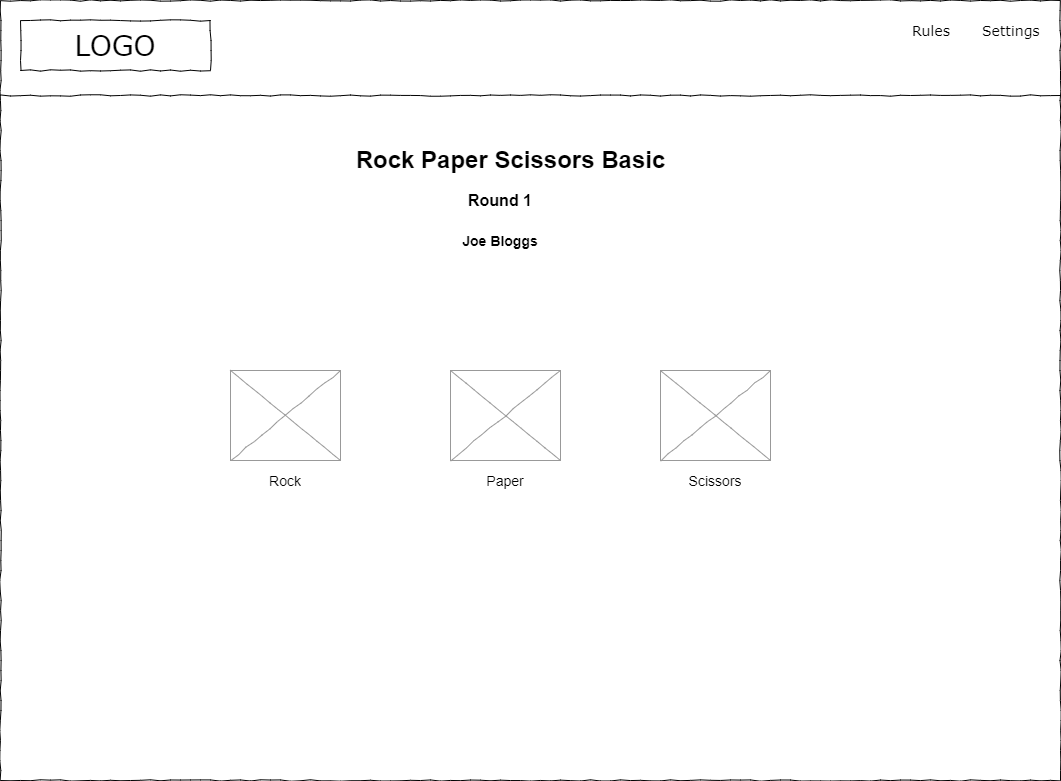
The draw.io diagram design/img/rps-xtreme-game-play-basic-large.drawio.png in ibuttimer/rock-paper-scissors-xtreme, before a commit. Source tidied: cells renumbered, new cells last; positions are measured from the earlier drawing's top-left corner, leaving out a move shared by most shapes. Source of this version:
```xml
<mxGraphModel>
  <root>
    <mxCell id="0" />
    <mxCell id="1" parent="0" />
    <mxCell id="2" style="whiteSpace=wrap;html=1;rounded=0;shadow=0;labelBackgroundColor=none;strokeColor=#000000;strokeWidth=1;fillColor=none;fontFamily=Verdana;fontSize=12;fontColor=#000000;align=center;comic=1;" parent="1" vertex="1">
      <mxGeometry width="1060" height="780" as="geometry" />
    </mxCell>
    <mxCell id="3" value="LOGO" style="whiteSpace=wrap;html=1;rounded=0;shadow=0;labelBackgroundColor=none;strokeWidth=1;fontFamily=Verdana;fontSize=28;align=center;comic=1;" parent="1" vertex="1">
      <mxGeometry x="20" y="20" width="190" height="50" as="geometry" />
    </mxCell>
    <mxCell id="4" value="Rules" style="text;html=1;align=left;verticalAlign=top;spacingTop=-4;fontSize=14;fontFamily=Verdana;" parent="1" vertex="1">
      <mxGeometry x="910" y="20" width="60" height="20" as="geometry" />
    </mxCell>
    <mxCell id="5" value="Settings" style="text;html=1;align=left;verticalAlign=top;spacingTop=-4;fontSize=14;fontFamily=Verdana;" parent="1" vertex="1">
      <mxGeometry x="980" y="20" width="60" height="20" as="geometry" />
    </mxCell>
    <mxCell id="6" style="line;strokeWidth=1;html=1;rounded=0;shadow=0;labelBackgroundColor=none;fillColor=none;fontFamily=Verdana;fontSize=14;fontColor=#000000;align=center;comic=1;" parent="1" vertex="1">
      <mxGeometry y="90" width="1060" height="10" as="geometry" />
    </mxCell>
    <mxCell id="7" value="Rock Paper Scissors Basic" style="text;strokeColor=none;fillColor=none;html=1;fontSize=24;fontStyle=1;verticalAlign=middle;align=center;" parent="1" vertex="1">
      <mxGeometry x="460" y="140" width="100" height="40" as="geometry" />
    </mxCell>
    <object id="8" label="&lt;b style=&quot;&quot;&gt;&lt;font style=&quot;font-size: 16px;&quot;&gt;Round 1&lt;/font&gt;&lt;/b&gt;" name="Variable" placeholders="1">
      <mxCell style="text;html=1;strokeColor=none;fillColor=none;align=center;verticalAlign=middle;whiteSpace=wrap;overflow=hidden;" parent="1" vertex="1">
        <mxGeometry x="420" y="180" width="160" height="40" as="geometry" />
      </mxCell>
    </object>
    <mxCell id="9" style="verticalLabelPosition=bottom;shadow=0;dashed=0;align=center;html=1;verticalAlign=top;strokeWidth=1;shape=mxgraph.mockup.graphics.simpleIcon;strokeColor=#999999;rounded=0;labelBackgroundColor=none;fontFamily=Verdana;fontSize=14;fontColor=#000000;comic=1;" parent="1" vertex="1">
      <mxGeometry x="230" y="370" width="110" height="90" as="geometry" />
    </mxCell>
    <object id="10" label="&lt;font style=&quot;font-size: 14px;&quot;&gt;Rock&lt;/font&gt;" name="Variable" placeholders="1">
      <mxCell style="text;html=1;strokeColor=none;fillColor=none;align=center;verticalAlign=middle;whiteSpace=wrap;overflow=hidden;" parent="1" vertex="1">
        <mxGeometry x="245" y="470" width="80" height="20" as="geometry" />
      </mxCell>
    </object>
    <mxCell id="11" style="verticalLabelPosition=bottom;shadow=0;dashed=0;align=center;html=1;verticalAlign=top;strokeWidth=1;shape=mxgraph.mockup.graphics.simpleIcon;strokeColor=#999999;rounded=0;labelBackgroundColor=none;fontFamily=Verdana;fontSize=14;fontColor=#000000;comic=1;" parent="1" vertex="1">
      <mxGeometry x="450" y="370" width="110" height="90" as="geometry" />
    </mxCell>
    <object id="12" label="&lt;font style=&quot;font-size: 14px;&quot;&gt;Paper&lt;/font&gt;" name="Variable" placeholders="1">
      <mxCell style="text;html=1;strokeColor=none;fillColor=none;align=center;verticalAlign=middle;whiteSpace=wrap;overflow=hidden;" parent="1" vertex="1">
        <mxGeometry x="465" y="470" width="80" height="20" as="geometry" />
      </mxCell>
    </object>
    <mxCell id="13" style="verticalLabelPosition=bottom;shadow=0;dashed=0;align=center;html=1;verticalAlign=top;strokeWidth=1;shape=mxgraph.mockup.graphics.simpleIcon;strokeColor=#999999;rounded=0;labelBackgroundColor=none;fontFamily=Verdana;fontSize=14;fontColor=#000000;comic=1;" parent="1" vertex="1">
      <mxGeometry x="660" y="370" width="110" height="90" as="geometry" />
    </mxCell>
    <object id="14" label="&lt;font style=&quot;font-size: 14px;&quot;&gt;Scissors&lt;/font&gt;" name="Variable" placeholders="1">
      <mxCell style="text;html=1;strokeColor=none;fillColor=none;align=center;verticalAlign=middle;whiteSpace=wrap;overflow=hidden;" parent="1" vertex="1">
        <mxGeometry x="675" y="470" width="80" height="20" as="geometry" />
      </mxCell>
    </object>
    <object id="15" label="&lt;span style=&quot;font-size: 16px;&quot;&gt;&lt;b style=&quot;font-size: 14px;&quot;&gt;Joe Bloggs&lt;/b&gt;&lt;/span&gt;" name="Variable" placeholders="1">
      <mxCell style="text;html=1;strokeColor=none;fillColor=none;align=center;verticalAlign=middle;whiteSpace=wrap;overflow=hidden;" parent="1" vertex="1">
        <mxGeometry x="420" y="220" width="160" height="40" as="geometry" />
      </mxCell>
    </object>
  </root>
</mxGraphModel>
```
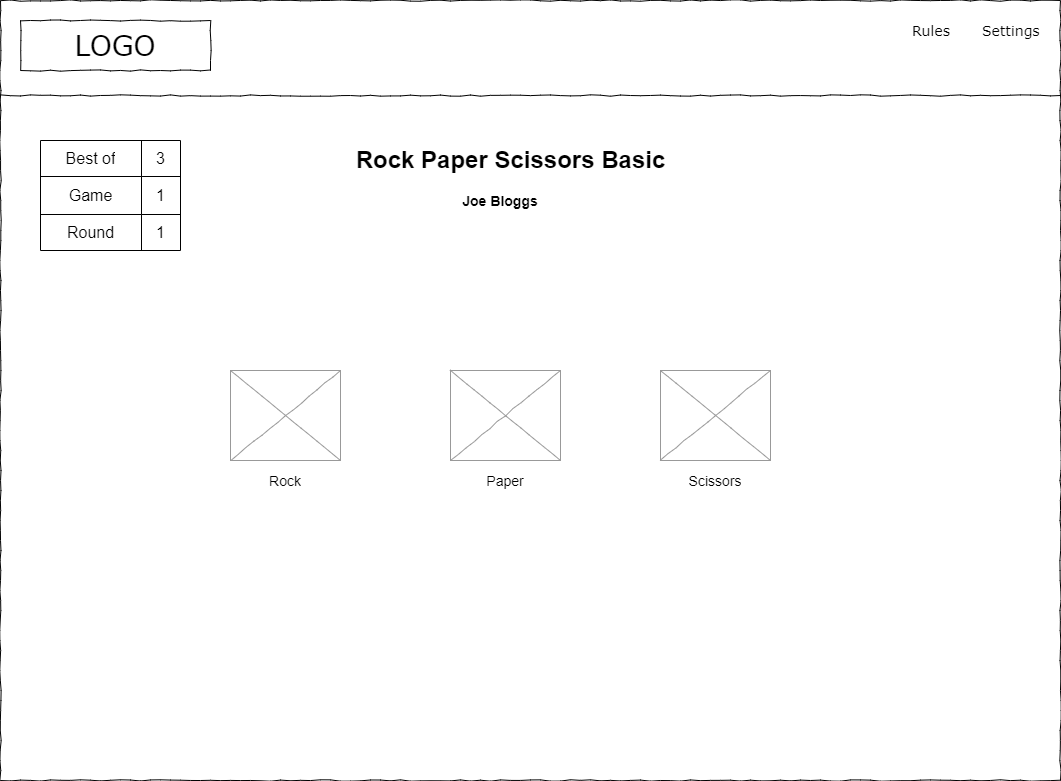
Later version of the same file.

The edit, as a diff of the source:
```diff
@@ -20,11 +20,6 @@
     <mxCell id="7" value="Rock Paper Scissors Basic" style="text;strokeColor=none;fillColor=none;html=1;fontSize=24;fontStyle=1;verticalAlign=middle;align=center;" parent="1" vertex="1">
       <mxGeometry x="460" y="140" width="100" height="40" as="geometry" />
     </mxCell>
-    <object id="8" label="&lt;b style=&quot;&quot;&gt;&lt;font style=&quot;font-size: 16px;&quot;&gt;Round 1&lt;/font&gt;&lt;/b&gt;" name="Variable" placeholders="1">
-      <mxCell style="text;html=1;strokeColor=none;fillColor=none;align=center;verticalAlign=middle;whiteSpace=wrap;overflow=hidden;" parent="1" vertex="1">
-        <mxGeometry x="420" y="180" width="160" height="40" as="geometry" />
-      </mxCell>
-    </object>
     <mxCell id="9" style="verticalLabelPosition=bottom;shadow=0;dashed=0;align=center;html=1;verticalAlign=top;strokeWidth=1;shape=mxgraph.mockup.graphics.simpleIcon;strokeColor=#999999;rounded=0;labelBackgroundColor=none;fontFamily=Verdana;fontSize=14;fontColor=#000000;comic=1;" parent="1" vertex="1">
       <mxGeometry x="230" y="370" width="110" height="90" as="geometry" />
     </mxCell>
@@ -51,8 +46,38 @@
     </object>
     <object id="15" label="&lt;span style=&quot;font-size: 16px;&quot;&gt;&lt;b style=&quot;font-size: 14px;&quot;&gt;Joe Bloggs&lt;/b&gt;&lt;/span&gt;" name="Variable" placeholders="1">
       <mxCell style="text;html=1;strokeColor=none;fillColor=none;align=center;verticalAlign=middle;whiteSpace=wrap;overflow=hidden;" parent="1" vertex="1">
-        <mxGeometry x="420" y="220" width="160" height="40" as="geometry" />
+        <mxGeometry x="420" y="180" width="160" height="40" as="geometry" />
       </mxCell>
     </object>
+    <mxCell id="16" style="shape=table;html=1;whiteSpace=wrap;startSize=0;fontSize=16;" parent="1" vertex="1">
+      <mxGeometry x="40" y="140" width="140" height="110" as="geometry" />
+    </mxCell>
+    <mxCell id="17" style="shape=tableRow;horizontal=0;startSize=0;swimlaneHead=0;swimlaneBody=0;top=0;left=0;bottom=0;right=0;fillColor=none;fontSize=16;" parent="16" vertex="1">
+      <mxGeometry width="140" height="36" as="geometry" />
+    </mxCell>
+    <mxCell id="18" value="Best of" style="shape=partialRectangle;html=1;whiteSpace=wrap;fillColor=none;top=0;left=0;bottom=0;right=0;overflow=hidden;fontSize=16;" parent="17" vertex="1">
+      <mxGeometry width="101" height="36" as="geometry" />
+    </mxCell>
+    <mxCell id="19" value="3" style="shape=partialRectangle;html=1;whiteSpace=wrap;fillColor=none;top=0;left=0;bottom=0;right=0;overflow=hidden;fontSize=16;" parent="17" vertex="1">
+      <mxGeometry x="101" width="39" height="36" as="geometry" />
+    </mxCell>
+    <mxCell id="20" style="shape=tableRow;horizontal=0;startSize=0;swimlaneHead=0;swimlaneBody=0;top=0;left=0;bottom=0;right=0;fillColor=none;fontSize=16;" parent="16" vertex="1">
+      <mxGeometry y="36" width="140" height="38" as="geometry" />
+    </mxCell>
+    <mxCell id="21" value="Game" style="shape=partialRectangle;html=1;whiteSpace=wrap;fillColor=none;top=0;left=0;bottom=0;right=0;overflow=hidden;fontSize=16;" parent="20" vertex="1">
+      <mxGeometry width="101" height="38" as="geometry" />
+    </mxCell>
+    <mxCell id="22" value="1" style="shape=partialRectangle;html=1;whiteSpace=wrap;fillColor=none;top=0;left=0;bottom=0;right=0;overflow=hidden;fontSize=16;" parent="20" vertex="1">
+      <mxGeometry x="101" width="39" height="38" as="geometry" />
+    </mxCell>
+    <mxCell id="23" style="shape=tableRow;horizontal=0;startSize=0;swimlaneHead=0;swimlaneBody=0;top=0;left=0;bottom=0;right=0;fillColor=none;fontSize=16;" parent="16" vertex="1">
+      <mxGeometry y="74" width="140" height="36" as="geometry" />
+    </mxCell>
+    <mxCell id="24" value="Round" style="shape=partialRectangle;html=1;whiteSpace=wrap;fillColor=none;top=0;left=0;bottom=0;right=0;overflow=hidden;fontSize=16;" parent="23" vertex="1">
+      <mxGeometry width="101" height="36" as="geometry" />
+    </mxCell>
+    <mxCell id="25" value="1" style="shape=partialRectangle;html=1;whiteSpace=wrap;fillColor=none;top=0;left=0;bottom=0;right=0;overflow=hidden;fontSize=16;" parent="23" vertex="1">
+      <mxGeometry x="101" width="39" height="36" as="geometry" />
+    </mxCell>
   </root>
 </mxGraphModel>
```
